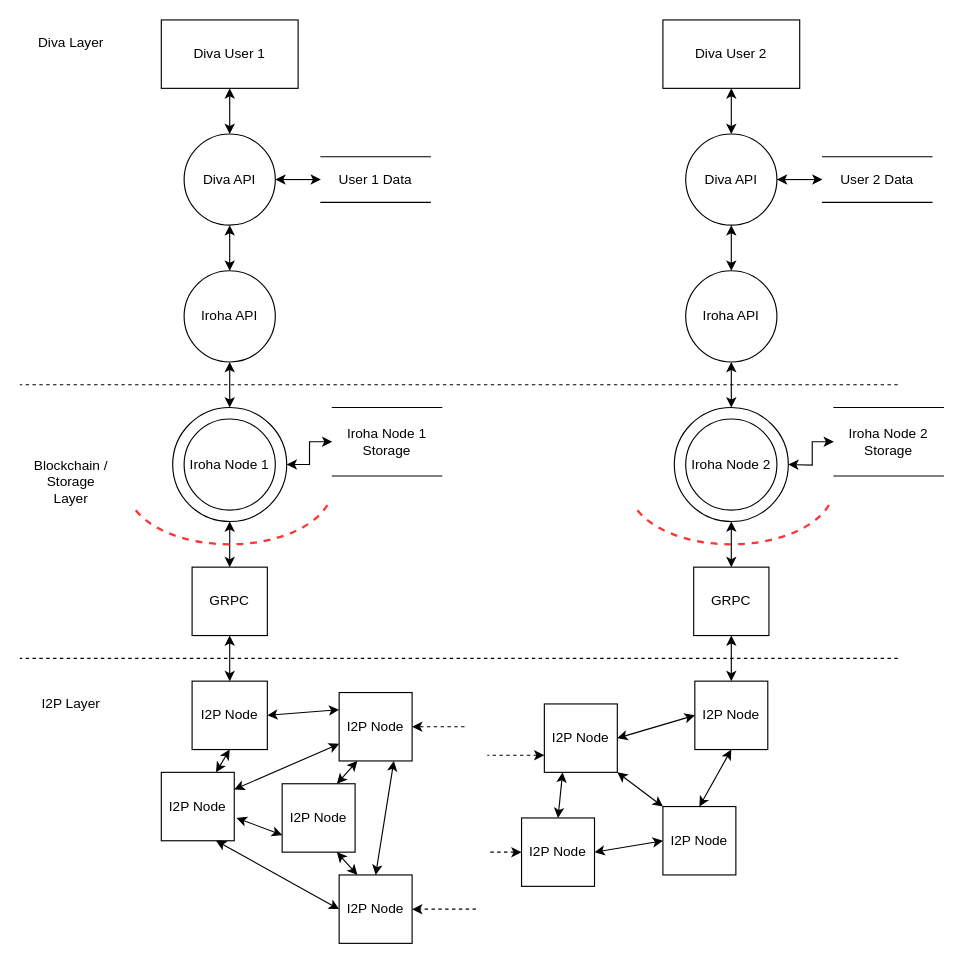
Earlier version of the draw.io diagram DFD.drawio (cailllev/Bachelor-Thesis). Source tidied: cells renumbered, new cells numbered last; positions are measured from the earlier drawing's top-left corner, leaving out a move shared by most shapes. Both pictures are drawn from the tidied source at 114%, with x=0, y=0 at pixel (19, 19).
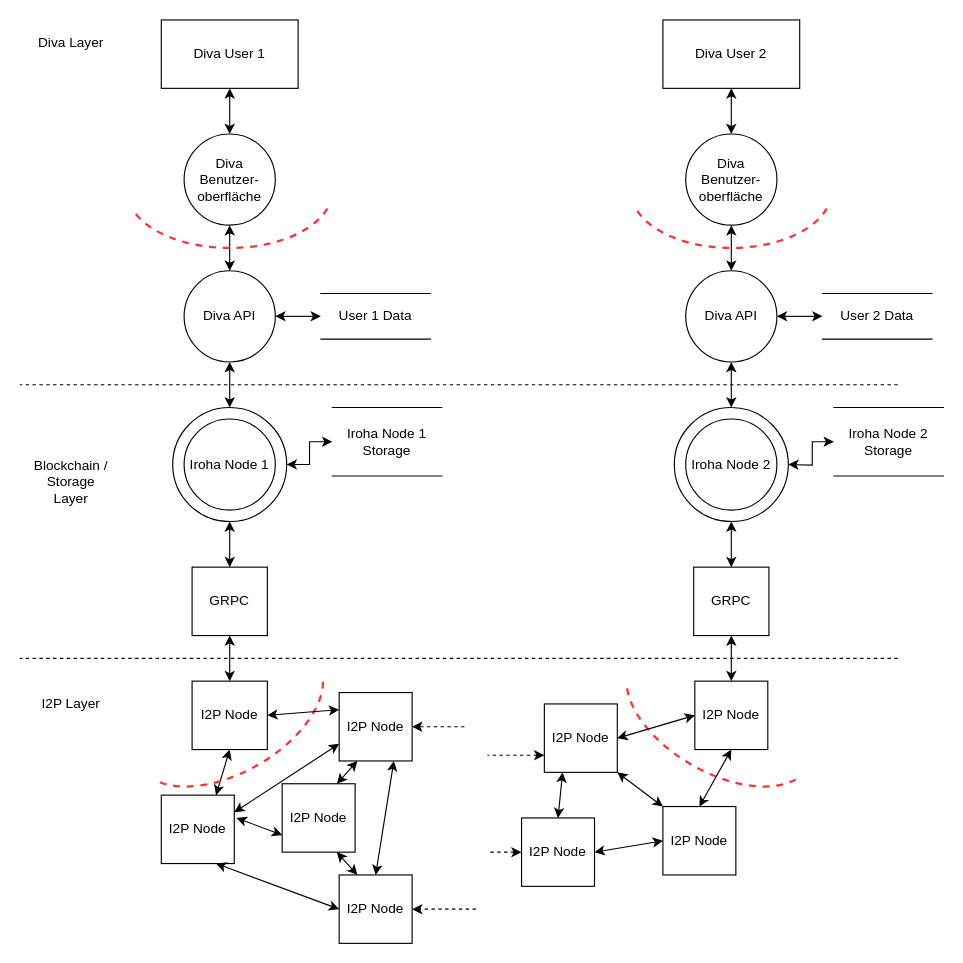
The same page after the edit.

Commit message (it also covers changes not shown here):
update diagrams according to feedback

Unchanged cells that the change refers to:
```xml
<mxCell id="2" value="Diva User 1" style="rounded=0;whiteSpace=wrap;html=1;" parent="1" vertex="1">
  <mxGeometry x="124" width="120" height="60" as="geometry" />
</mxCell>
<mxCell id="3" value="&lt;span&gt;Diva&amp;nbsp;&lt;/span&gt;User&amp;nbsp;&lt;span&gt;2&lt;/span&gt;" style="rounded=0;whiteSpace=wrap;html=1;" parent="1" vertex="1">
  <mxGeometry x="564" width="120" height="60" as="geometry" />
</mxCell>
<mxCell id="55" style="ellipse;whiteSpace=wrap;html=1;strokeWidth=1;" parent="54" vertex="1">
  <mxGeometry width="100" height="100" as="geometry" />
</mxCell>
<mxCell id="58" style="ellipse;whiteSpace=wrap;html=1;strokeWidth=1;" parent="57" vertex="1">
  <mxGeometry width="100" height="100" as="geometry" />
</mxCell>
```

Diff of the diagram source:
```diff
@@
-    <mxCell id="7" style="edgeStyle=orthogonalEdgeStyle;rounded=0;jettySize=auto;html=1;exitX=0.5;exitY=1;exitDx=0;exitDy=0;shadow=0;sketch=0;startArrow=classic;startFill=1;entryX=0.5;entryY=0;entryDx=0;entryDy=0;" parent="1" edge="1" source="2" target="13">
+    <mxCell id="7" style="edgeStyle=orthogonalEdgeStyle;rounded=0;jettySize=auto;html=1;shadow=0;sketch=0;startArrow=classic;startFill=1;entryX=0.5;entryY=0;entryDx=0;entryDy=0;exitX=0.5;exitY=1;exitDx=0;exitDy=0;" parent="1" edge="1" source="70" target="13">
       <mxGeometry relative="1" as="geometry" />
     </mxCell>
-    <mxCell id="8" style="edgeStyle=orthogonalEdgeStyle;rounded=0;jettySize=auto;html=1;exitX=0.5;exitY=1;exitDx=0;exitDy=0;shadow=0;sketch=0;startArrow=classic;startFill=1;entryX=0.5;entryY=0;entryDx=0;entryDy=0;" parent="1" edge="1" source="3" target="24">
+    <mxCell id="8" style="edgeStyle=orthogonalEdgeStyle;rounded=0;jettySize=auto;html=1;exitX=0.5;exitY=1;exitDx=0;exitDy=0;shadow=0;sketch=0;startArrow=classic;startFill=1;entryX=0.5;entryY=0;entryDx=0;entryDy=0;" parent="1" edge="1" source="73" target="24">
       <mxGeometry relative="1" as="geometry" />
     </mxCell>
@@
     <mxCell id="13" value="Diva API" style="ellipse;whiteSpace=wrap;html=1;" parent="1" vertex="1">
-      <mxGeometry x="144" y="100" width="80" height="80" as="geometry" />
+      <mxGeometry x="144" y="220" width="80" height="80" as="geometry" />
     </mxCell>
-    <mxCell id="14" style="edgeStyle=orthogonalEdgeStyle;rounded=0;jettySize=auto;html=1;shadow=0;sketch=0;startArrow=classic;startFill=1;entryX=0.5;entryY=1;entryDx=0;entryDy=0;exitX=0.5;exitY=0;exitDx=0;exitDy=0;" parent="1" edge="1" source="55" target="16">
-      <mxGeometry relative="1" as="geometry" />
-    </mxCell>
-    <mxCell id="15" style="edgeStyle=orthogonalEdgeStyle;rounded=0;jettySize=auto;html=1;shadow=0;sketch=0;startArrow=classic;startFill=1;entryX=0.5;entryY=1;entryDx=0;entryDy=0;exitX=0.5;exitY=0;exitDx=0;exitDy=0;" parent="1" edge="1" source="58" target="25">
-      <mxGeometry relative="1" as="geometry" />
-    </mxCell>
-    <mxCell id="16" value="Iroha API" style="ellipse;whiteSpace=wrap;html=1;" parent="1" vertex="1">
-      <mxGeometry x="144" y="220" width="80" height="80" as="geometry" />
-    </mxCell>
-    <mxCell id="17" style="endArrow=classic;startArrow=classic;html=1;entryX=0.5;entryY=1;entryDx=0;entryDy=0;exitX=0.5;exitY=0;exitDx=0;exitDy=0;" parent="1" edge="1" source="16" target="13">
+    <mxCell id="17" style="endArrow=classic;startArrow=classic;html=1;entryX=0.5;entryY=1;entryDx=0;entryDy=0;exitX=0.5;exitY=0;exitDx=0;exitDy=0;" parent="1" edge="1" source="55" target="13">
       <mxGeometry relative="1" as="geometry" />
     </mxCell>
     <mxCell id="18" value="I2P Node" style="rounded=0;whiteSpace=wrap;html=1;" parent="1" vertex="1">
-      <mxGeometry x="124" y="660" width="64" height="60" as="geometry" />
+      <mxGeometry x="124" y="680" width="64" height="60" as="geometry" />
     </mxCell>
@@
-    <mxCell id="22" style="endArrow=classic;startArrow=classic;html=1;entryX=0.5;entryY=1;entryDx=0;entryDy=0;" parent="1" edge="1" source="25" target="24">
+    <mxCell id="22" style="endArrow=classic;startArrow=classic;html=1;entryX=0.5;entryY=1;entryDx=0;entryDy=0;exitX=0.5;exitY=0;exitDx=0;exitDy=0;" parent="1" edge="1" source="58" target="24">
       <mxGeometry relative="1" as="geometry" />
     </mxCell>
-    <mxCell id="23" style="edgeStyle=none;rounded=0;jettySize=auto;html=1;dashed=1;startArrow=none;startFill=0;endArrow=none;endFill=0;exitX=1;exitY=0.5;exitDx=0;exitDy=0;" parent="1" edge="1" source="24" target="67">
-      <mxGeometry relative="1" as="geometry" />
-    </mxCell>
     <mxCell id="24" value="Diva API" style="ellipse;whiteSpace=wrap;html=1;" parent="1" vertex="1">
-      <mxGeometry x="584" y="100" width="80" height="80" as="geometry" />
+      <mxGeometry x="584" y="220" width="80" height="80" as="geometry" />
     </mxCell>
-    <mxCell id="25" value="Iroha API" style="ellipse;whiteSpace=wrap;html=1;" parent="1" vertex="1">
-      <mxGeometry x="584" y="220" width="80" height="80" as="geometry" />
-    </mxCell>
@@
-    <mxCell id="30" style="verticalLabelPosition=bottom;verticalAlign=top;html=1;shape=mxgraph.basic.arc;startAngle=0.3;endAngle=0.6935986841389987;dashed=1;strokeColor=#FF3333;strokeWidth=2;" parent="1" vertex="1">
-      <mxGeometry x="94" y="360" width="180" height="100" as="geometry" />
+    <mxCell id="30" style="verticalLabelPosition=bottom;verticalAlign=top;html=1;shape=mxgraph.basic.arc;startAngle=0.3;endAngle=0.6935986841389987;dashed=1;strokeColor=#FF3333;strokeWidth=2;rotation=-30;" parent="1" vertex="1">
+      <mxGeometry x="94" y="560" width="180" height="100" as="geometry" />
     </mxCell>
-    <mxCell id="31" style="verticalLabelPosition=bottom;verticalAlign=top;html=1;shape=mxgraph.basic.arc;startAngle=0.3;endAngle=0.6935986841389987;dashed=1;strokeColor=#FF3333;strokeWidth=2;" parent="1" vertex="1">
-      <mxGeometry x="534" y="360" width="180" height="100" as="geometry" />
+    <mxCell id="31" style="verticalLabelPosition=bottom;verticalAlign=top;html=1;shape=mxgraph.basic.arc;startAngle=0.3;endAngle=0.6935986841389987;dashed=1;strokeColor=#FF3333;strokeWidth=2;rotation=30;" parent="1" vertex="1">
+      <mxGeometry x="524" y="560" width="180" height="100" as="geometry" />
     </mxCell>
@@
     <mxCell id="65" value="&lt;span&gt;User 1 Data&lt;br&gt;&lt;/span&gt;" style="shape=partialRectangle;whiteSpace=wrap;html=1;left=0;right=0;fillColor=none;rounded=0;glass=1;" parent="1" vertex="1">
-      <mxGeometry x="264" y="120" width="96" height="40" as="geometry" />
+      <mxGeometry x="264" y="240" width="96" height="40" as="geometry" />
     </mxCell>
-    <mxCell id="66" style="edgeStyle=orthogonalEdgeStyle;rounded=0;jettySize=auto;html=1;shadow=0;sketch=0;startArrow=classic;startFill=1;exitX=0;exitY=0.5;exitDx=0;exitDy=0;" parent="1" edge="1" source="67">
-      <mxGeometry relative="1" as="geometry">
-        <mxPoint x="664" y="140" as="targetPoint" />
-      </mxGeometry>
+    <mxCell id="66" style="edgeStyle=orthogonalEdgeStyle;rounded=0;jettySize=auto;html=1;shadow=0;sketch=0;startArrow=classic;startFill=1;exitX=0;exitY=0.5;exitDx=0;exitDy=0;entryX=1;entryY=0.5;entryDx=0;entryDy=0;" parent="1" edge="1" source="67" target="24">
+      <mxGeometry relative="1" as="geometry" />
     </mxCell>
     <mxCell id="67" value="&lt;span&gt;User 2 Data&lt;br&gt;&lt;/span&gt;" style="shape=partialRectangle;whiteSpace=wrap;html=1;left=0;right=0;fillColor=none;rounded=0;glass=1;" parent="1" vertex="1">
-      <mxGeometry x="704" y="120" width="96" height="40" as="geometry" />
+      <mxGeometry x="704" y="240" width="96" height="40" as="geometry" />
     </mxCell>
+    <mxCell id="68" style="verticalLabelPosition=bottom;verticalAlign=top;html=1;shape=mxgraph.basic.arc;startAngle=0.3;endAngle=0.6935986841389987;dashed=1;strokeColor=#FF3333;strokeWidth=2;rotation=0;" parent="1" vertex="1">
+      <mxGeometry x="94" y="100" width="180" height="100" as="geometry" />
+    </mxCell>
+    <mxCell id="69" style="verticalLabelPosition=bottom;verticalAlign=top;html=1;shape=mxgraph.basic.arc;startAngle=0.3;endAngle=0.6935986841389987;dashed=1;strokeColor=#FF3333;strokeWidth=2;rotation=0;" parent="1" vertex="1">
+      <mxGeometry x="536" y="100" width="176" height="100" as="geometry" />
+    </mxCell>
+    <mxCell id="70" value="Diva Benutzer-oberfläche" style="ellipse;whiteSpace=wrap;html=1;" parent="1" vertex="1">
+      <mxGeometry x="144" y="100" width="80" height="80" as="geometry" />
+    </mxCell>
+    <mxCell id="71" style="edgeStyle=orthogonalEdgeStyle;rounded=0;jettySize=auto;html=1;shadow=0;sketch=0;startArrow=classic;startFill=1;entryX=0.5;entryY=0;entryDx=0;entryDy=0;" parent="1" edge="1" source="2" target="70">
+      <mxGeometry relative="1" as="geometry" />
+    </mxCell>
+    <mxCell id="72" style="edgeStyle=orthogonalEdgeStyle;rounded=0;jettySize=auto;html=1;shadow=0;sketch=0;startArrow=classic;startFill=1;entryX=0.5;entryY=0;entryDx=0;entryDy=0;" parent="1" edge="1" source="3" target="73">
+      <mxGeometry relative="1" as="geometry" />
+    </mxCell>
+    <mxCell id="73" value="Diva Benutzer-oberfläche" style="ellipse;whiteSpace=wrap;html=1;" parent="1" vertex="1">
+      <mxGeometry x="584" y="100" width="80" height="80" as="geometry" />
+    </mxCell>
```
